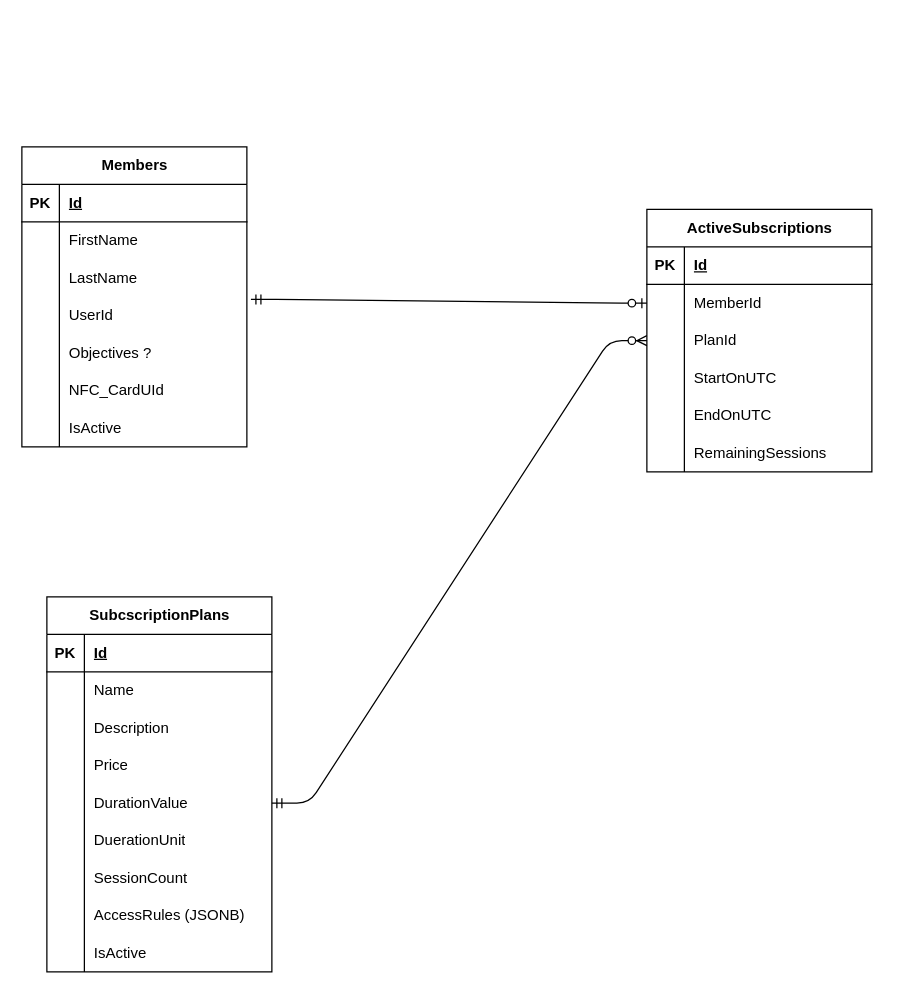
Mohammed-Islam123/FitTech.Backend keeps this draw.io diagram as page "membership_service" (2 of 4) of resources/diagrams/booking.drawio. Above is the earlier version. Source tidied: cells renumbered, new cells numbered last; positions are measured from the earlier drawing's top-left corner, leaving out a move shared by most shapes. Both pictures are drawn from the tidied source at 125%, with x=0, y=0 at pixel (21, 146).
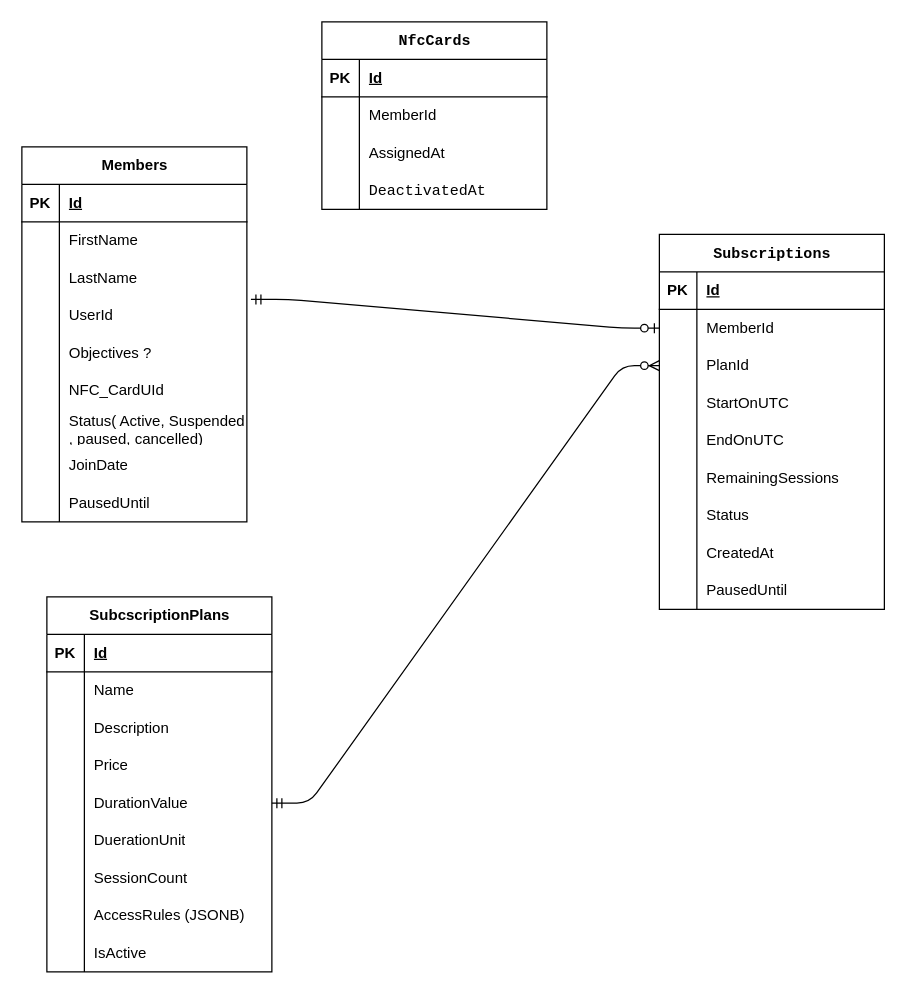
The same page after the edit.

The change refers to these unchanged cells:
```xml
<mxCell id="68" style="shape=tableRow;horizontal=0;startSize=0;swimlaneHead=0;swimlaneBody=0;fillColor=none;top=0;left=0;right=0;bottom=0;" parent="49" vertex="1">
  <mxGeometry y="210" width="180" height="30" as="geometry" />
</mxCell>
```

Diff of the diagram source:
```diff
@@
-    <mxCell id="30" value="ActiveSubscriptions" style="shape=table;startSize=30;childLayout=tableLayout;rowLines=0;fontStyle=1;align=center;html=1;" parent="1" vertex="1">
-      <mxGeometry x="500" y="50" width="180" height="210" as="geometry" />
+    <mxCell id="30" value="&lt;code class=&quot;bg-text-200/5 border border-0.5 border-border-300 text-danger-000 whitespace-pre-wrap rounded-[0.4rem] px-1 py-px text-[0.9rem]&quot;&gt;Subscriptions&lt;/code&gt;" style="shape=table;startSize=30;childLayout=tableLayout;rowLines=0;fontStyle=1;align=center;html=1;" parent="1" vertex="1">
+      <mxGeometry x="510" y="70" width="180" height="300" as="geometry" />
     </mxCell>
@@
+    <mxCell id="73" style="shape=tableRow;horizontal=0;startSize=0;swimlaneHead=0;swimlaneBody=0;fillColor=none;top=0;left=0;right=0;bottom=0;" parent="30" vertex="1">
+      <mxGeometry y="210" width="180" height="30" as="geometry" />
+    </mxCell>
+    <mxCell id="74" style="shape=partialRectangle;fillColor=none;top=0;left=0;bottom=0;right=0;overflow=hidden;whiteSpace=wrap;html=1;" parent="73" vertex="1">
+      <mxGeometry width="30" height="30" as="geometry" />
+    </mxCell>
+    <mxCell id="75" value="Status" style="shape=partialRectangle;fillColor=none;top=0;left=0;bottom=0;right=0;align=left;spacingLeft=6;overflow=hidden;whiteSpace=wrap;html=1;" parent="73" vertex="1">
+      <mxGeometry x="30" width="150" height="30" as="geometry" />
+    </mxCell>
+    <mxCell id="76" style="shape=tableRow;horizontal=0;startSize=0;swimlaneHead=0;swimlaneBody=0;fillColor=none;top=0;left=0;right=0;bottom=0;" parent="30" vertex="1">
+      <mxGeometry y="240" width="180" height="30" as="geometry" />
+    </mxCell>
+    <mxCell id="77" style="shape=partialRectangle;fillColor=none;top=0;left=0;bottom=0;right=0;overflow=hidden;whiteSpace=wrap;html=1;" parent="76" vertex="1">
+      <mxGeometry width="30" height="30" as="geometry" />
+    </mxCell>
+    <mxCell id="78" value="CreatedAt" style="shape=partialRectangle;fillColor=none;top=0;left=0;bottom=0;right=0;align=left;spacingLeft=6;overflow=hidden;whiteSpace=wrap;html=1;" parent="76" vertex="1">
+      <mxGeometry x="30" width="150" height="30" as="geometry" />
+    </mxCell>
+    <mxCell id="79" style="shape=tableRow;horizontal=0;startSize=0;swimlaneHead=0;swimlaneBody=0;fillColor=none;top=0;left=0;right=0;bottom=0;" parent="30" vertex="1">
+      <mxGeometry y="270" width="180" height="30" as="geometry" />
+    </mxCell>
+    <mxCell id="80" style="shape=partialRectangle;fillColor=none;top=0;left=0;bottom=0;right=0;overflow=hidden;whiteSpace=wrap;html=1;" parent="79" vertex="1">
+      <mxGeometry width="30" height="30" as="geometry" />
+    </mxCell>
+    <mxCell id="81" value="PausedUntil" style="shape=partialRectangle;fillColor=none;top=0;left=0;bottom=0;right=0;align=left;spacingLeft=6;overflow=hidden;whiteSpace=wrap;html=1;" parent="79" vertex="1">
+      <mxGeometry x="30" width="150" height="30" as="geometry" />
+    </mxCell>
+    <mxCell id="82" value="&lt;code class=&quot;bg-text-200/5 border border-0.5 border-border-300 text-danger-000 whitespace-pre-wrap rounded-[0.4rem] px-1 py-px text-[0.9rem]&quot;&gt;NfcCards&lt;/code&gt;" style="shape=table;startSize=30;childLayout=tableLayout;rowLines=0;fontStyle=1;align=center;html=1;" parent="1" vertex="1">
+      <mxGeometry x="240" y="-100" width="180" height="150" as="geometry" />
+    </mxCell>
+    <mxCell id="83" style="shape=tableRow;horizontal=0;startSize=0;swimlaneHead=0;swimlaneBody=0;fillColor=none;top=0;left=0;right=0;bottom=1;" parent="82" vertex="1">
+      <mxGeometry y="30" width="180" height="30" as="geometry" />
+    </mxCell>
+    <mxCell id="84" value="PK" style="shape=partialRectangle;fillColor=none;top=0;left=0;bottom=0;right=0;fontStyle=1;overflow=hidden;whiteSpace=wrap;html=1;" parent="83" vertex="1">
+      <mxGeometry width="30" height="30" as="geometry" />
+    </mxCell>
+    <mxCell id="85" value="Id" style="shape=partialRectangle;fillColor=none;top=0;left=0;bottom=0;right=0;align=left;spacingLeft=6;fontStyle=5;overflow=hidden;whiteSpace=wrap;html=1;" parent="83" vertex="1">
+      <mxGeometry x="30" width="150" height="30" as="geometry" />
+    </mxCell>
+    <mxCell id="86" style="shape=tableRow;horizontal=0;startSize=0;swimlaneHead=0;swimlaneBody=0;fillColor=none;top=0;left=0;right=0;bottom=0;" parent="82" vertex="1">
+      <mxGeometry y="60" width="180" height="30" as="geometry" />
+    </mxCell>
+    <mxCell id="87" value="&lt;span style=&quot;white-space: pre;&quot;&gt;&#9;&lt;/span&gt;" style="shape=partialRectangle;fillColor=none;top=0;left=0;bottom=0;right=0;overflow=hidden;whiteSpace=wrap;html=1;" parent="86" vertex="1">
+      <mxGeometry width="30" height="30" as="geometry" />
+    </mxCell>
+    <mxCell id="88" value="MemberId" style="shape=partialRectangle;fillColor=none;top=0;left=0;bottom=0;right=0;align=left;spacingLeft=6;overflow=hidden;whiteSpace=wrap;html=1;" parent="86" vertex="1">
+      <mxGeometry x="30" width="150" height="30" as="geometry" />
+    </mxCell>
+    <mxCell id="89" style="shape=tableRow;horizontal=0;startSize=0;swimlaneHead=0;swimlaneBody=0;fillColor=none;top=0;left=0;right=0;bottom=0;" parent="82" vertex="1">
+      <mxGeometry y="90" width="180" height="30" as="geometry" />
+    </mxCell>
+    <mxCell id="90" style="shape=partialRectangle;fillColor=none;top=0;left=0;bottom=0;right=0;overflow=hidden;whiteSpace=wrap;html=1;" parent="89" vertex="1">
+      <mxGeometry width="30" height="30" as="geometry" />
+    </mxCell>
+    <mxCell id="91" value="AssignedAt" style="shape=partialRectangle;fillColor=none;top=0;left=0;bottom=0;right=0;align=left;spacingLeft=6;overflow=hidden;whiteSpace=wrap;html=1;" parent="89" vertex="1">
+      <mxGeometry x="30" width="150" height="30" as="geometry" />
+    </mxCell>
+    <mxCell id="92" style="shape=tableRow;horizontal=0;startSize=0;swimlaneHead=0;swimlaneBody=0;fillColor=none;top=0;left=0;right=0;bottom=0;" parent="82" vertex="1">
+      <mxGeometry y="120" width="180" height="30" as="geometry" />
+    </mxCell>
+    <mxCell id="93" style="shape=partialRectangle;fillColor=none;top=0;left=0;bottom=0;right=0;overflow=hidden;whiteSpace=wrap;html=1;" parent="92" vertex="1">
+      <mxGeometry width="30" height="30" as="geometry" />
+    </mxCell>
+    <mxCell id="94" value="&lt;code class=&quot;bg-text-200/5 border border-0.5 border-border-300 text-danger-000 whitespace-pre-wrap rounded-[0.4rem] px-1 py-px text-[0.9rem]&quot;&gt;DeactivatedAt&lt;/code&gt;" style="shape=partialRectangle;fillColor=none;top=0;left=0;bottom=0;right=0;align=left;spacingLeft=6;overflow=hidden;whiteSpace=wrap;html=1;" parent="92" vertex="1">
+      <mxGeometry x="30" width="150" height="30" as="geometry" />
+    </mxCell>
     <mxCell id="49" value="Members" style="shape=table;startSize=30;childLayout=tableLayout;rowLines=0;fontStyle=1;align=center;html=1;" parent="1" vertex="1">
-      <mxGeometry width="180" height="240" as="geometry" />
+      <mxGeometry width="180" height="300" as="geometry" />
     </mxCell>
@@
-    <mxCell id="70" value="IsActive" style="shape=partialRectangle;fillColor=none;top=0;left=0;bottom=0;right=0;align=left;spacingLeft=6;overflow=hidden;whiteSpace=wrap;html=1;" parent="68" vertex="1">
+    <mxCell id="70" value="Status( Active, Suspended , paused, cancelled)" style="shape=partialRectangle;fillColor=none;top=0;left=0;bottom=0;right=0;align=left;spacingLeft=6;overflow=hidden;whiteSpace=wrap;html=1;" parent="68" vertex="1">
       <mxGeometry x="30" width="150" height="30" as="geometry" />
     </mxCell>
+    <mxCell id="95" style="shape=tableRow;horizontal=0;startSize=0;swimlaneHead=0;swimlaneBody=0;fillColor=none;top=0;left=0;right=0;bottom=0;" parent="49" vertex="1">
+      <mxGeometry y="240" width="180" height="30" as="geometry" />
+    </mxCell>
+    <mxCell id="96" style="shape=partialRectangle;fillColor=none;top=0;left=0;bottom=0;right=0;overflow=hidden;whiteSpace=wrap;html=1;" parent="95" vertex="1">
+      <mxGeometry width="30" height="30" as="geometry" />
+    </mxCell>
+    <mxCell id="97" value="JoinDate" style="shape=partialRectangle;fillColor=none;top=0;left=0;bottom=0;right=0;align=left;spacingLeft=6;overflow=hidden;whiteSpace=wrap;html=1;" parent="95" vertex="1">
+      <mxGeometry x="30" width="150" height="30" as="geometry" />
+    </mxCell>
+    <mxCell id="98" style="shape=tableRow;horizontal=0;startSize=0;swimlaneHead=0;swimlaneBody=0;fillColor=none;top=0;left=0;right=0;bottom=0;" parent="49" vertex="1">
+      <mxGeometry y="270" width="180" height="30" as="geometry" />
+    </mxCell>
+    <mxCell id="99" style="shape=partialRectangle;fillColor=none;top=0;left=0;bottom=0;right=0;overflow=hidden;whiteSpace=wrap;html=1;" parent="98" vertex="1">
+      <mxGeometry width="30" height="30" as="geometry" />
+    </mxCell>
+    <mxCell id="100" value="PausedUntil" style="shape=partialRectangle;fillColor=none;top=0;left=0;bottom=0;right=0;align=left;spacingLeft=6;overflow=hidden;whiteSpace=wrap;html=1;" parent="98" vertex="1">
+      <mxGeometry x="30" width="150" height="30" as="geometry" />
+    </mxCell>
```
